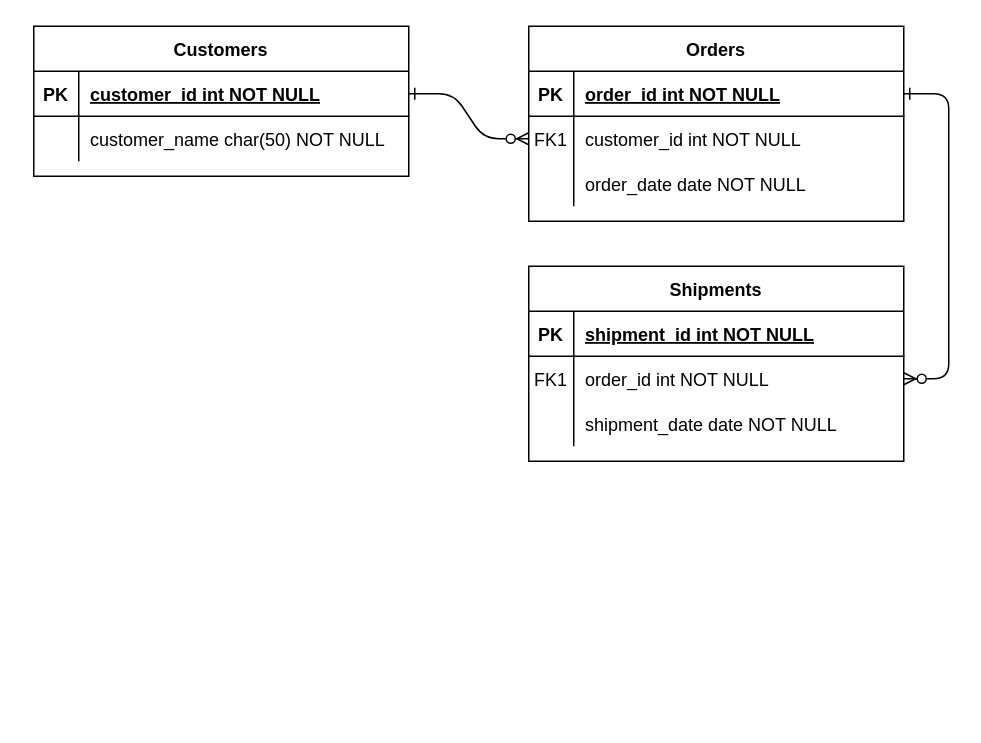
Ricardo199/DER keeps this draw.io diagram as Untitled Diagram.drawio. Above is the earlier version. Source tidied: cells renumbered, new cells numbered last; positions are measured from the earlier drawing's top-left corner, leaving out a move shared by most shapes. Both pictures are drawn from the tidied source at 150%, with x=0, y=0 at pixel (33, 26).
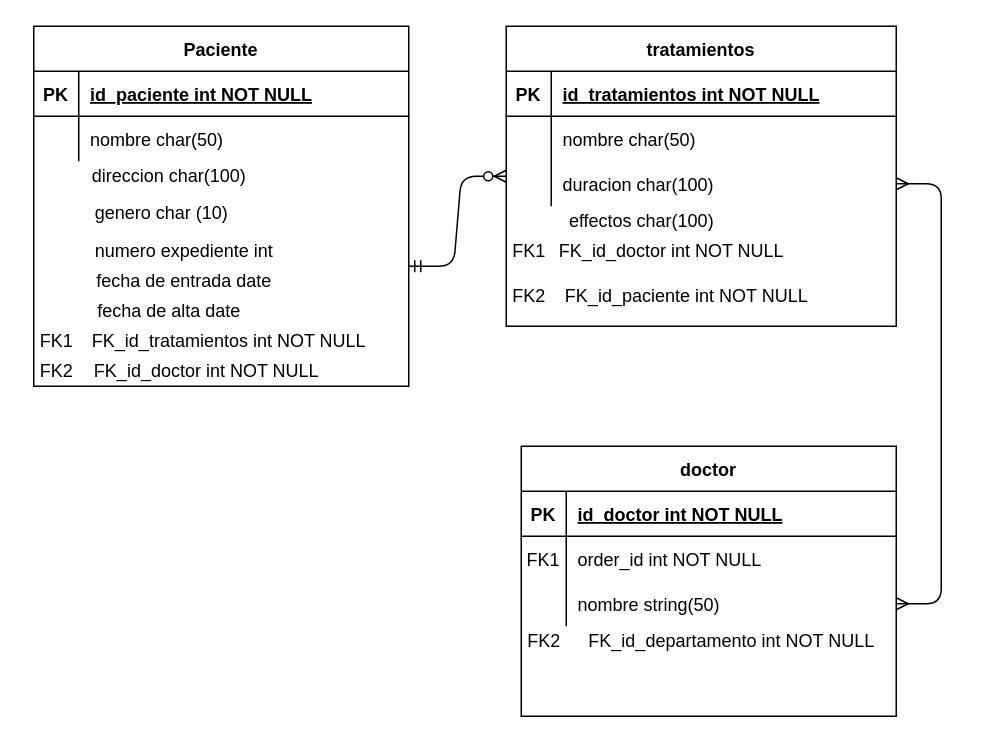
The same page after the edit.

Unchanged cells that the change refers to:
```xml
<mxCell id="15" style="shape=partialRectangle;fillColor=none;top=0;left=0;right=0;bottom=1;" parent="14" vertex="1">
  <mxGeometry y="30" width="250" height="30" as="geometry" />
</mxCell>
<mxCell id="18" style="shape=partialRectangle;fillColor=none;points=[[0,0.5],[1,0.5]];portConstraint=eastwest;top=0;left=0;right=0;bottom=0;" parent="14" vertex="1">
  <mxGeometry y="60" width="250" height="30" as="geometry" />
</mxCell>
<mxCell id="21" style="shape=partialRectangle;fillColor=none;points=[[0,0.5],[1,0.5]];portConstraint=eastwest;top=0;left=0;right=0;bottom=0;" parent="14" vertex="1">
  <mxGeometry y="90" width="250" height="30" as="geometry" />
</mxCell>
```

Change to the diagram source:
```diff
@@
-    <mxCell id="2" style="edgeStyle=entityRelationEdgeStyle;endArrow=ERzeroToMany;startArrow=ERone;endFill=1;startFill=0;" parent="1" edge="1" source="25" target="8">
-      <mxGeometry relative="1" as="geometry" />
-    </mxCell>
-    <mxCell id="3" style="edgeStyle=entityRelationEdgeStyle;endArrow=ERzeroToMany;startArrow=ERone;endFill=1;startFill=0;" parent="1" edge="1" source="5" target="18">
-      <mxGeometry relative="1" as="geometry" />
-    </mxCell>
+    <mxCell id="24" value="Paciente" style="shape=table;startSize=30;childLayout=tableLayout;rowLines=0;fontStyle=1;align=center;" parent="1" vertex="1">
+      <mxGeometry width="250" height="240" as="geometry" />
+    </mxCell>
+    <mxCell id="25" style="shape=partialRectangle;fillColor=none;points=[[0,0.5],[1,0.5]];portConstraint=eastwest;top=0;left=0;right=0;bottom=1;" parent="24" vertex="1">
+      <mxGeometry y="30" width="250" height="30" as="geometry" />
+    </mxCell>
+    <mxCell id="26" value="PK" style="shape=partialRectangle;overflow=hidden;fillColor=none;top=0;left=0;bottom=0;right=0;fontStyle=1;" parent="25" vertex="1">
+      <mxGeometry width="30" height="30" as="geometry" />
+    </mxCell>
+    <mxCell id="27" value="id_paciente int NOT NULL" style="shape=partialRectangle;overflow=hidden;fillColor=none;top=0;left=0;bottom=0;right=0;align=left;spacingLeft=6;fontStyle=5;" parent="25" vertex="1">
+      <mxGeometry x="30" width="220" height="30" as="geometry" />
+    </mxCell>
+    <mxCell id="28" style="shape=partialRectangle;fillColor=none;top=0;left=0;right=0;bottom=0;" parent="24" vertex="1">
+      <mxGeometry y="60" width="250" height="30" as="geometry" />
+    </mxCell>
+    <mxCell id="29" style="shape=partialRectangle;overflow=hidden;fillColor=none;top=0;left=0;bottom=0;right=0;" parent="28" vertex="1">
+      <mxGeometry width="30" height="30" as="geometry" />
+    </mxCell>
+    <mxCell id="30" value="nombre char(50)" style="shape=partialRectangle;overflow=hidden;fillColor=none;top=0;left=0;bottom=0;right=0;align=left;spacingLeft=6;" parent="28" vertex="1">
+      <mxGeometry x="30" width="220" height="30" as="geometry" />
+    </mxCell>
+    <mxCell id="31" value="direccion char(100)" style="text;html=1;align=center;verticalAlign=middle;" parent="1" vertex="1">
+      <mxGeometry x="30" y="90" width="120" height="20" as="geometry" />
+    </mxCell>
+    <mxCell id="32" value="genero char (10)" style="text;html=1;align=center;verticalAlign=middle;" parent="1" vertex="1">
+      <mxGeometry x="30" y="115" width="110" height="20" as="geometry" />
+    </mxCell>
+    <mxCell id="33" value="numero expediente int" style="text;html=1;align=center;verticalAlign=middle;" parent="1" vertex="1">
+      <mxGeometry x="30" y="140" width="140" height="20" as="geometry" />
+    </mxCell>
+    <mxCell id="34" value="&lt;div&gt;fecha de entrada date&lt;/div&gt;" style="text;html=1;align=center;verticalAlign=middle;" parent="1" vertex="1">
+      <mxGeometry x="35" y="160" width="130" height="20" as="geometry" />
+    </mxCell>
+    <mxCell id="35" value="&lt;div&gt;fecha de alta date&lt;/div&gt;" style="text;html=1;align=center;verticalAlign=middle;" parent="1" vertex="1">
+      <mxGeometry x="35" y="180" width="110" height="20" as="geometry" />
+    </mxCell>
+    <mxCell id="36" style="edgeStyle=entityRelationEdgeStyle;fontSize=12;html=1;endArrow=ERzeroToMany;startArrow=ERmandOne;entryX=0;entryY=0.5;entryDx=0;entryDy=0;" parent="1" edge="1" target="4">
+      <mxGeometry relative="1" as="geometry">
+        <mxPoint x="250" y="160" as="sourcePoint" />
+      </mxGeometry>
+    </mxCell>
+    <mxCell id="37" value="&lt;div&gt;FK1&lt;/div&gt;" style="text;html=1;align=center;verticalAlign=middle;" parent="1" vertex="1">
+      <mxGeometry x="-5" y="200" width="40" height="20" as="geometry" />
+    </mxCell>
+    <mxCell id="38" value="&lt;div&gt;FK_id_tratamientos int NOT NULL&lt;br&gt;&lt;/div&gt;" style="text;html=1;align=center;verticalAlign=middle;" parent="1" vertex="1">
+      <mxGeometry x="30" y="200" width="200" height="20" as="geometry" />
+    </mxCell>
+    <mxCell id="39" value="FK_id_doctor int NOT NULL" style="text;html=1;align=center;verticalAlign=middle;" parent="1" vertex="1">
+      <mxGeometry x="30" y="220" width="170" height="20" as="geometry" />
+    </mxCell>
+    <mxCell id="40" value="FK2" style="text;html=1;align=center;verticalAlign=middle;" parent="1" vertex="1">
+      <mxGeometry x="-5" y="220" width="40" height="20" as="geometry" />
+    </mxCell>
+    <mxCell id="41" value="effectos char(100)" style="text;html=1;align=center;verticalAlign=middle;" parent="1" vertex="1">
+      <mxGeometry x="350" y="120" width="110" height="20" as="geometry" />
+    </mxCell>
+    <mxCell id="42" value="FK_id_doctor int NOT NULL" style="text;html=1;align=center;verticalAlign=middle;" parent="1" vertex="1">
+      <mxGeometry x="340" y="140" width="170" height="20" as="geometry" />
+    </mxCell>
+    <mxCell id="43" value="FK1" style="text;html=1;align=center;verticalAlign=middle;" parent="1" vertex="1">
+      <mxGeometry x="310" y="140" width="40" height="20" as="geometry" />
+    </mxCell>
-    <mxCell id="4" value="Orders" style="shape=table;startSize=30;childLayout=tableLayout;rowLines=0;fontStyle=1;align=center;" parent="1" vertex="1">
-      <mxGeometry x="330" width="250" height="130" as="geometry" />
+    <mxCell id="4" value="tratamientos" style="shape=table;startSize=30;childLayout=tableLayout;rowLines=0;fontStyle=1;align=center;" parent="1" vertex="1">
+      <mxGeometry x="315" width="260" height="200" as="geometry" />
     </mxCell>
     <mxCell id="5" style="shape=partialRectangle;fillColor=none;points=[[0,0.5],[1,0.5]];portConstraint=eastwest;top=0;left=0;right=0;bottom=1;" parent="4" vertex="1">
-      <mxGeometry y="30" width="250" height="30" as="geometry" />
+      <mxGeometry y="30" width="260" height="30" as="geometry" />
     </mxCell>
@@
-    <mxCell id="7" value="order_id int NOT NULL " style="shape=partialRectangle;overflow=hidden;fillColor=none;top=0;left=0;bottom=0;right=0;align=left;spacingLeft=6;fontStyle=5;" parent="5" vertex="1">
-      <mxGeometry x="30" width="220" height="30" as="geometry" />
+    <mxCell id="7" value="id_tratamientos int NOT NULL" style="shape=partialRectangle;overflow=hidden;fillColor=none;top=0;left=0;bottom=0;right=0;align=left;spacingLeft=6;fontStyle=5;" parent="5" vertex="1">
+      <mxGeometry x="30" width="230" height="30" as="geometry" />
     </mxCell>
     <mxCell id="8" style="shape=partialRectangle;fillColor=none;points=[[0,0.5],[1,0.5]];portConstraint=eastwest;top=0;left=0;right=0;bottom=0;" parent="4" vertex="1">
-      <mxGeometry y="60" width="250" height="30" as="geometry" />
+      <mxGeometry y="60" width="260" height="30" as="geometry" />
     </mxCell>
-    <mxCell id="9" value="FK1" style="shape=partialRectangle;overflow=hidden;fillColor=none;top=0;left=0;bottom=0;right=0;" parent="8" vertex="1">
+    <mxCell id="9" style="shape=partialRectangle;overflow=hidden;fillColor=none;top=0;left=0;bottom=0;right=0;" parent="8" vertex="1">
       <mxGeometry width="30" height="30" as="geometry" />
     </mxCell>
-    <mxCell id="10" value="customer_id int NOT NULL" style="shape=partialRectangle;overflow=hidden;fillColor=none;top=0;left=0;bottom=0;right=0;align=left;spacingLeft=6;" parent="8" vertex="1">
-      <mxGeometry x="30" width="220" height="30" as="geometry" />
+    <mxCell id="10" value="nombre char(50)" style="shape=partialRectangle;overflow=hidden;fillColor=none;top=0;left=0;bottom=0;right=0;align=left;spacingLeft=6;" parent="8" vertex="1">
+      <mxGeometry x="30" width="230" height="30" as="geometry" />
     </mxCell>
     <mxCell id="11" style="shape=partialRectangle;fillColor=none;points=[[0,0.5],[1,0.5]];portConstraint=eastwest;top=0;left=0;right=0;bottom=0;" parent="4" vertex="1">
-      <mxGeometry y="90" width="250" height="30" as="geometry" />
+      <mxGeometry y="90" width="260" height="30" as="geometry" />
     </mxCell>
@@
-    <mxCell id="13" value="order_date date NOT NULL" style="shape=partialRectangle;overflow=hidden;fillColor=none;top=0;left=0;bottom=0;right=0;align=left;spacingLeft=6;" parent="11" vertex="1">
-      <mxGeometry x="30" width="220" height="30" as="geometry" />
+    <mxCell id="13" value="duracion char(100)" style="shape=partialRectangle;overflow=hidden;fillColor=none;top=0;left=0;bottom=0;right=0;align=left;spacingLeft=6;" parent="11" vertex="1">
+      <mxGeometry x="30" width="230" height="30" as="geometry" />
     </mxCell>
+    <mxCell id="44" value="FK2" style="text;html=1;align=center;verticalAlign=middle;" parent="1" vertex="1">
+      <mxGeometry x="310" y="170" width="40" height="20" as="geometry" />
+    </mxCell>
+    <mxCell id="45" value="FK_id_paciente int NOT NULL" style="text;html=1;align=center;verticalAlign=middle;" parent="1" vertex="1">
+      <mxGeometry x="345" y="170" width="180" height="20" as="geometry" />
+    </mxCell>
-    <mxCell id="14" value="Shipments" style="shape=table;startSize=30;childLayout=tableLayout;rowLines=0;fontStyle=1;align=center;" parent="1" vertex="1">
-      <mxGeometry x="330" y="160" width="250" height="130" as="geometry" />
+    <mxCell id="14" value="doctor" style="shape=table;startSize=30;childLayout=tableLayout;rowLines=0;fontStyle=1;align=center;" parent="1" vertex="1">
+      <mxGeometry x="325" y="280" width="250" height="180" as="geometry" />
     </mxCell>
@@
-    <mxCell id="17" value="shipment_id int NOT NULL " style="shape=partialRectangle;overflow=hidden;fillColor=none;top=0;left=0;bottom=0;right=0;align=left;spacingLeft=6;fontStyle=5;" parent="15" vertex="1">
+    <mxCell id="17" value="id_doctor int NOT NULL" style="shape=partialRectangle;overflow=hidden;fillColor=none;top=0;left=0;bottom=0;right=0;align=left;spacingLeft=6;fontStyle=5;" parent="15" vertex="1">
       <mxGeometry x="30" width="220" height="30" as="geometry" />
     </mxCell>
@@
-    <mxCell id="23" value="shipment_date date NOT NULL" style="shape=partialRectangle;overflow=hidden;fillColor=none;top=0;left=0;bottom=0;right=0;align=left;spacingLeft=6;" parent="21" vertex="1">
+    <mxCell id="23" value="nombre string(50) " style="shape=partialRectangle;overflow=hidden;fillColor=none;top=0;left=0;bottom=0;right=0;align=left;spacingLeft=6;" parent="21" vertex="1">
       <mxGeometry x="30" width="220" height="30" as="geometry" />
     </mxCell>
-    <mxCell id="24" value="Customers" style="shape=table;startSize=30;childLayout=tableLayout;rowLines=0;fontStyle=1;align=center;" parent="1" vertex="1">
-      <mxGeometry width="250" height="100" as="geometry" />
-    </mxCell>
-    <mxCell id="25" style="shape=partialRectangle;fillColor=none;points=[[0,0.5],[1,0.5]];portConstraint=eastwest;top=0;left=0;right=0;bottom=1;" parent="24" vertex="1">
-      <mxGeometry y="30" width="250" height="30" as="geometry" />
-    </mxCell>
-    <mxCell id="26" value="PK" style="shape=partialRectangle;overflow=hidden;fillColor=none;top=0;left=0;bottom=0;right=0;fontStyle=1;" parent="25" vertex="1">
-      <mxGeometry width="30" height="30" as="geometry" />
-    </mxCell>
-    <mxCell id="27" value="customer_id int NOT NULL " style="shape=partialRectangle;overflow=hidden;fillColor=none;top=0;left=0;bottom=0;right=0;align=left;spacingLeft=6;fontStyle=5;" parent="25" vertex="1">
-      <mxGeometry x="30" width="220" height="30" as="geometry" />
-    </mxCell>
-    <mxCell id="28" style="shape=partialRectangle;fillColor=none;top=0;left=0;right=0;bottom=0;" parent="24" vertex="1">
-      <mxGeometry y="60" width="250" height="30" as="geometry" />
-    </mxCell>
-    <mxCell id="29" style="shape=partialRectangle;overflow=hidden;fillColor=none;top=0;left=0;bottom=0;right=0;" parent="28" vertex="1">
-      <mxGeometry width="30" height="30" as="geometry" />
-    </mxCell>
-    <mxCell id="30" value="customer_name char(50) NOT NULL" style="shape=partialRectangle;overflow=hidden;fillColor=none;top=0;left=0;bottom=0;right=0;align=left;spacingLeft=6;" parent="28" vertex="1">
-      <mxGeometry x="30" width="220" height="30" as="geometry" />
-    </mxCell>
+    <mxCell id="46" value="FK_id_departamento int NOT NULL" style="text;html=1;align=center;verticalAlign=middle;" parent="1" vertex="1">
+      <mxGeometry x="360" y="400" width="210" height="20" as="geometry" />
+    </mxCell>
+    <mxCell id="47" value="FK2" style="text;html=1;align=center;verticalAlign=middle;" parent="1" vertex="1">
+      <mxGeometry x="320" y="400" width="40" height="20" as="geometry" />
+    </mxCell>
+    <mxCell id="48" style="edgeStyle=entityRelationEdgeStyle;fontSize=12;html=1;endArrow=ERmany;startArrow=ERmany;exitX=1;exitY=0.5;exitDx=0;exitDy=0;" parent="1" edge="1" source="21" target="11">
+      <mxGeometry relative="1" as="geometry" />
+    </mxCell>
```
